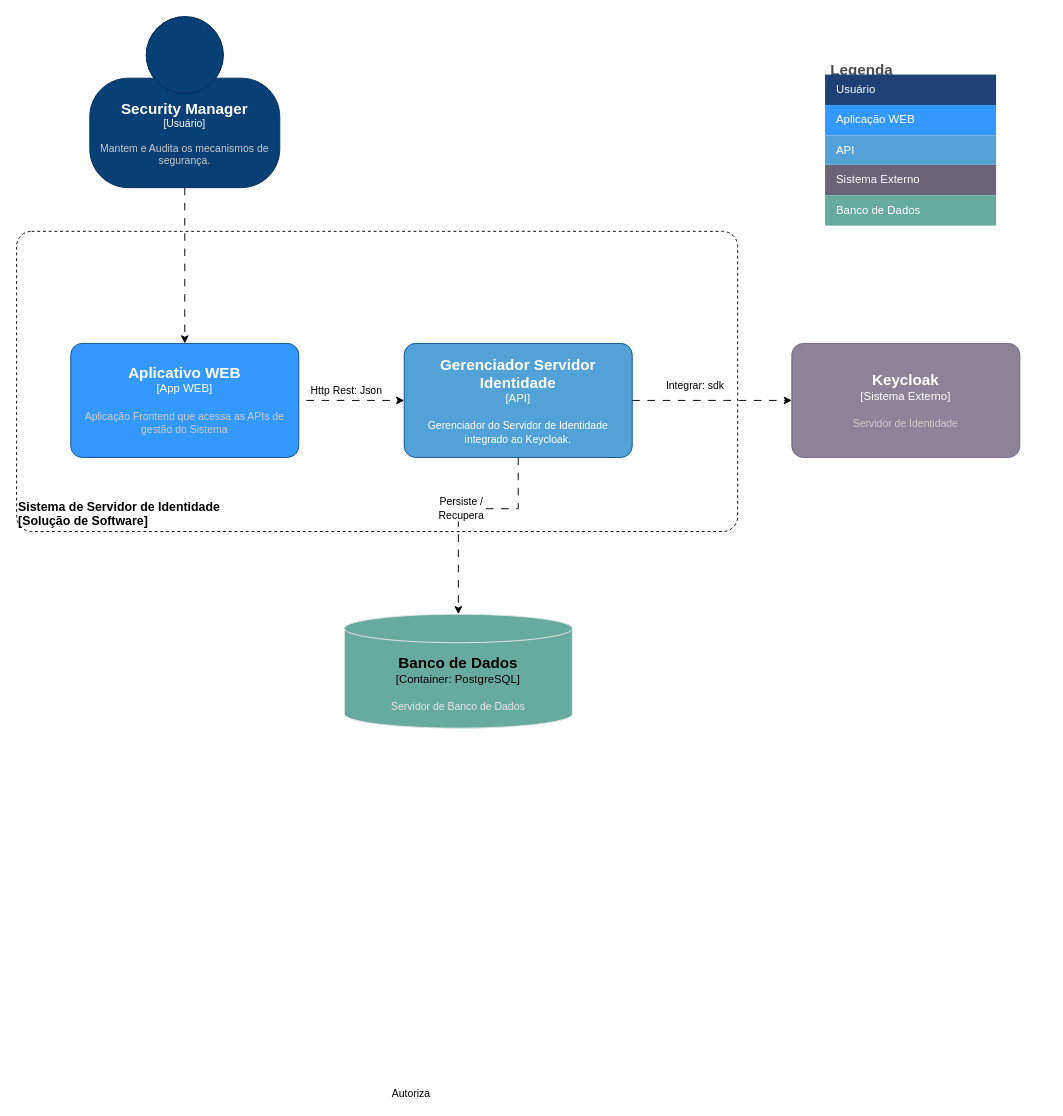
Earlier version of the draw.io diagram page "Container - Gerenciador" (3 of 5) of Sprint 1/Projeto Aplicado.drawio (luisfabiosm/Projeto-Aplicado). Source tidied: cells renumbered, new cells numbered last; positions are measured from the earlier drawing's top-left corner, leaving out a move shared by most shapes. Both pictures are drawn from the tidied source at 95%, with x=0, y=0 at pixel (16, 16).
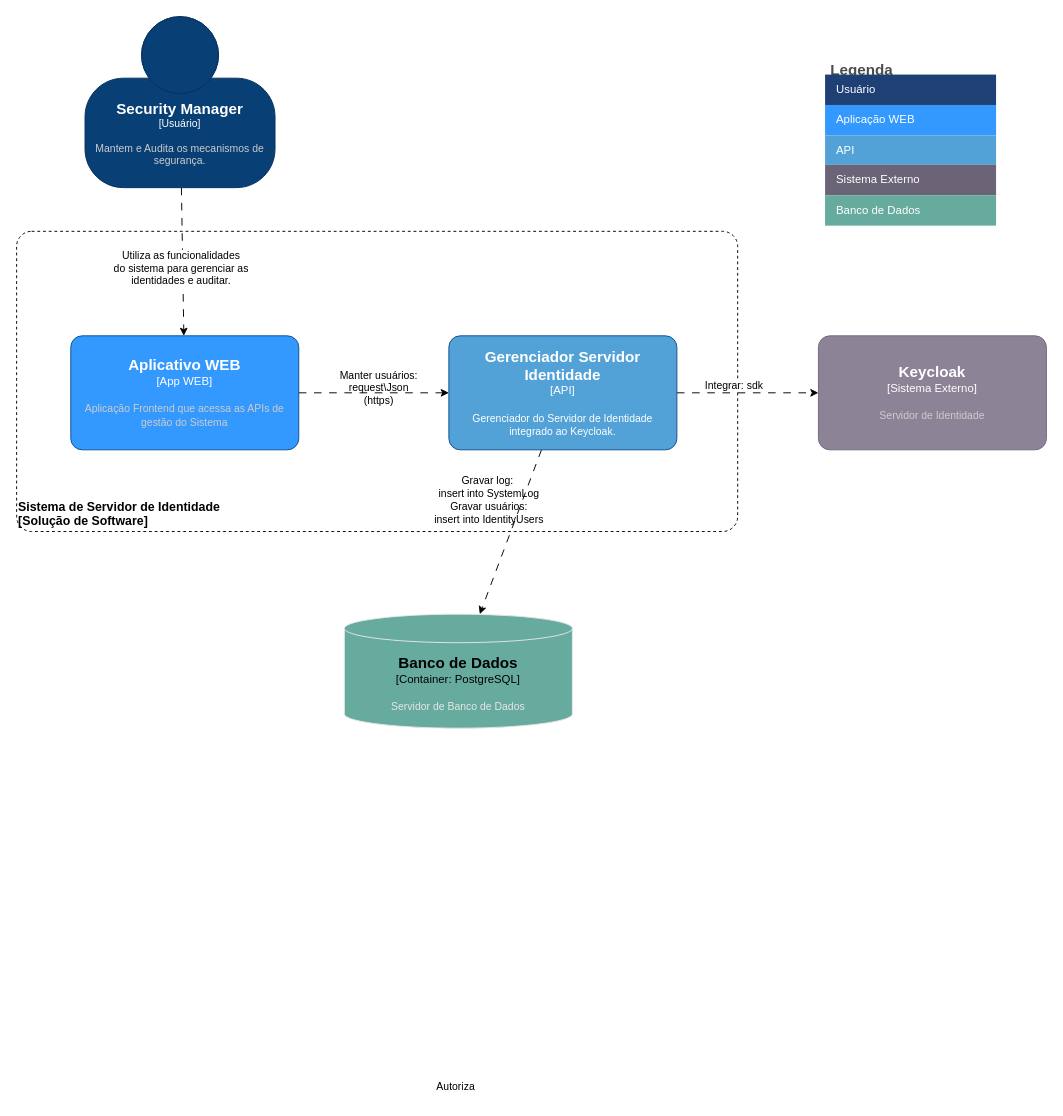
After the change.

The change refers to these unchanged cells:
```xml
<object id="22" label="&lt;font style=&quot;font-size: 16px&quot;&gt;&lt;b&gt;%c4Type%&lt;/b&gt;&lt;/font&gt;&lt;div&gt;[%c4Container%:&amp;nbsp;%c4Technology%]&lt;/div&gt;&lt;br&gt;&lt;div&gt;&lt;font style=&quot;font-size: 11px&quot;&gt;&lt;font color=&quot;#E6E6E6&quot;&gt;%c4Description%&lt;/font&gt;&lt;/div&gt;" c4Container="Container" c4Description="Servidor de Banco de Dados" c4Technology="PostgreSQL" c4Type="Banco de Dados" placeholders="1">
  <mxCell style="shape=cylinder3;size=15;whiteSpace=wrap;html=1;boundedLbl=1;rounded=0;labelBackgroundColor=none;fillColor=#67AB9F;fontSize=12;align=center;strokeColor=#E6E6E6;points=[[0.5,0,0],[1,0.25,0],[1,0.5,0],[1,0.75,0],[0.5,1,0],[0,0.75,0],[0,0.5,0],[0,0.25,0]];" parent="1" vertex="1">
    <mxGeometry x="345" y="629" width="240" height="120" as="geometry" />
  </mxCell>
</object>
```

Change to the diagram source:
```diff
@@
     <object id="2" label="&lt;div style=&quot;text-align: left; font-size: 13px;&quot;&gt;%c4Name%&lt;/div&gt;&lt;div style=&quot;text-align: left; font-size: 13px;&quot;&gt;[%c4Application%]&lt;/div&gt;" c4Application="Solução de Software" c4Name="Sistema de Servidor de Identidade" placeholders="1">
-      <mxCell style="rounded=1;whiteSpace=wrap;html=1;labelBackgroundColor=none;fillColor=#ffffff;fontColor=#000000;align=left;arcSize=5;strokeColor=#000000;verticalAlign=bottom;metaData={&quot;c4Type&quot;:{&quot;editable&quot;:false}};dashed=1;fontStyle=1;fontSize=13;" parent="1" vertex="1">
+      <mxCell style="rounded=1;whiteSpace=wrap;html=1;labelBackgroundColor=none;fillColor=none;fontColor=#000000;align=left;arcSize=5;strokeColor=#000000;verticalAlign=bottom;metaData={&quot;c4Type&quot;:{&quot;editable&quot;:false}};dashed=1;fontStyle=1;fontSize=13;" parent="1" vertex="1">
         <mxGeometry y="226" width="759" height="316" as="geometry" />
       </mxCell>
     </object>
@@
-    <mxCell id="14" value="Http Rest: Json" style="edgeStyle=orthogonalEdgeStyle;rounded=0;jettySize=auto;html=1;dashed=1;dashPattern=8 8;exitX=1;exitY=0.5;exitDx=0;exitDy=0;exitPerimeter=0;" parent="1" edge="1" source="23" target="20">
-      <mxGeometry x="-0.03" y="10" relative="1" as="geometry">
-        <Array as="points">
-          <mxPoint x="293" y="404" />
-        </Array>
-      </mxGeometry>
+    <mxCell id="14" value="Manter usuários: &lt;br&gt;request\Json&lt;br&gt;(https)" style="rounded=0;jettySize=auto;html=1;dashed=1;dashPattern=8 8;exitX=1;exitY=0.5;exitDx=0;exitDy=0;exitPerimeter=0;labelBackgroundColor=none;" parent="1" edge="1" source="23" target="20">
+      <mxGeometry x="0.06" y="5" relative="1" as="geometry" />
     </mxCell>
-    <mxCell id="15" style="edgeStyle=orthogonalEdgeStyle;rounded=0;jettySize=auto;html=1;dashed=1;dashPattern=8 8;" parent="1" edge="1" source="16" target="23">
+    <mxCell id="15" style="rounded=0;jettySize=auto;html=1;dashed=1;dashPattern=8 8;" parent="1" edge="1" source="16" target="23">
       <mxGeometry relative="1" as="geometry" />
     </mxCell>
     <object id="16" label="&lt;font style=&quot;font-size: 16px&quot;&gt;&lt;b&gt;%c4Name%&lt;/b&gt;&lt;/font&gt;&lt;div&gt;[%c4Type%]&lt;/div&gt;&lt;br&gt;&lt;div&gt;&lt;font style=&quot;font-size: 11px&quot;&gt;&lt;font color=&quot;#cccccc&quot;&gt;%c4Description%&lt;/font&gt;&lt;/div&gt;" c4Description="Mantem e Audita os mecanismos de segurança." c4Name="Security Manager" c4Type="Usuário" placeholders="1">
       <mxCell style="html=1;fontSize=11;dashed=0;whiteSpace=wrap;fillColor=#083F75;strokeColor=#06315C;fontColor=#ffffff;shape=mxgraph.c4.person2;align=center;points=[[0.5,0,0],[1,0.5,0],[1,0.75,0],[0.75,1,0],[0.5,1,0],[0.25,1,0],[0,0.75,0],[0,0.5,0]];" parent="1" vertex="1">
-        <mxGeometry x="77" width="200" height="180" as="geometry" />
+        <mxGeometry x="72" width="200" height="180" as="geometry" />
       </mxCell>
     </object>
-    <mxCell id="17" value="Autoriza" style="edgeStyle=orthogonalEdgeStyle;rounded=0;jettySize=auto;html=1;entryX=0;entryY=0.5;entryDx=0;entryDy=0;entryPerimeter=0;dashed=1;dashPattern=8 8;" parent="1" edge="1" source="20" target="21">
+    <mxCell id="17" value="Autoriza" style="rounded=0;jettySize=auto;html=1;entryX=0;entryY=0.5;entryDx=0;entryDy=0;entryPerimeter=0;dashed=1;dashPattern=8 8;" parent="1" edge="1" source="20" target="21">
       <mxGeometry x="-1" y="-766" relative="1" as="geometry">
         <mxPoint x="-233" y="-36" as="offset" />
       </mxGeometry>
     </mxCell>
     <mxCell id="18" value="Integrar: sdk" style="edgeLabel;html=1;align=center;verticalAlign=middle;" parent="17" vertex="1">
       <mxGeometry x="0.31" y="-2" relative="1" as="geometry">
-        <mxPoint x="-45" y="-18" as="offset" />
+        <mxPoint x="-39" y="-11" as="offset" />
       </mxGeometry>
     </mxCell>
-    <mxCell id="19" value="Persiste / &lt;br&gt;Recupera" style="edgeStyle=orthogonalEdgeStyle;rounded=0;jettySize=auto;html=1;dashed=1;dashPattern=8 8;" parent="1" edge="1" source="20" target="22">
-      <mxGeometry relative="1" as="geometry">
-        <Array as="points">
-          <mxPoint x="528" y="518" />
-          <mxPoint x="465" y="518" />
-        </Array>
-      </mxGeometry>
+    <mxCell id="19" style="rounded=0;jettySize=auto;html=1;dashed=1;dashPattern=8 8;" parent="1" edge="1" source="20" target="22">
+      <mxGeometry relative="1" as="geometry" />
     </mxCell>
     <object id="20" label="&lt;font style=&quot;font-size: 16px&quot;&gt;&lt;b&gt;%c4Name%&lt;/b&gt;&lt;/font&gt;&lt;div&gt;[%c4Type%]&lt;/div&gt;&lt;br&gt;&lt;div&gt;&lt;font style=&quot;font-size: 11px&quot;&gt;&lt;font&gt;%c4Description%&lt;/font&gt;&lt;/font&gt;&lt;/div&gt;" c4Description="Gerenciador do Servidor de Identidade integrado ao Keycloak." c4Name="Gerenciador Servidor Identidade" c4Type="API" placeholders="1">
       <mxCell style="rounded=1;whiteSpace=wrap;html=1;labelBackgroundColor=none;fillColor=#52A2D8;fontColor=#FFFFFF;align=center;arcSize=10;strokeColor=#0D5091;points=[[0.25,0,0],[0.5,0,0],[0.75,0,0],[1,0.25,0],[1,0.5,0],[1,0.75,0],[0.75,1,0],[0.5,1,0],[0.25,1,0],[0,0.75,0],[0,0.5,0],[0,0.25,0]];" parent="1" vertex="1">
-        <mxGeometry x="408" y="344" width="240" height="120" as="geometry" />
+        <mxGeometry x="455" y="336" width="240" height="120" as="geometry" />
       </mxCell>
     </object>
     <object id="21" label="&lt;font style=&quot;font-size: 16px&quot;&gt;&lt;b&gt;%c4Name%&lt;/b&gt;&lt;/font&gt;&lt;div&gt;[%c4Type%]&lt;/div&gt;&lt;br&gt;&lt;div&gt;&lt;font style=&quot;font-size: 11px&quot;&gt;&lt;font color=&quot;#cccccc&quot;&gt;%c4Description%&lt;/font&gt;&lt;/div&gt;" c4Description="Servidor de Identidade" c4Name="Keycloak" c4Type="Sistema Externo" placeholders="1">
       <mxCell style="rounded=1;whiteSpace=wrap;html=1;labelBackgroundColor=none;fillColor=#8C8496;fontColor=#ffffff;align=center;arcSize=10;strokeColor=#736782;points=[[0.25,0,0],[0.5,0,0],[0.75,0,0],[1,0.25,0],[1,0.5,0],[1,0.75,0],[0.75,1,0],[0.5,1,0],[0.25,1,0],[0,0.75,0],[0,0.5,0],[0,0.25,0]];" parent="1" vertex="1">
-        <mxGeometry x="816" y="344" width="240" height="120" as="geometry" />
+        <mxGeometry x="844" y="336" width="240" height="120" as="geometry" />
       </mxCell>
     </object>
@@
     <object id="23" label="&lt;font style=&quot;font-size: 16px&quot;&gt;&lt;b&gt;%c4Name%&lt;/b&gt;&lt;/font&gt;&lt;div&gt;[%c4Type%]&lt;/div&gt;&lt;br&gt;&lt;div&gt;&lt;font style=&quot;font-size: 11px&quot;&gt;&lt;font color=&quot;#cccccc&quot;&gt;%c4Description%&lt;/font&gt;&lt;/div&gt;" c4Description="Aplicação Frontend que acessa as APIs de gestão do Sistema" c4Name="Aplicativo WEB" c4Type="App WEB" placeholders="1">
       <mxCell style="rounded=1;whiteSpace=wrap;html=1;labelBackgroundColor=none;fillColor=#3399FF;fontColor=#ffffff;align=center;arcSize=10;strokeColor=#0D5091;points=[[0.25,0,0],[0.5,0,0],[0.75,0,0],[1,0.25,0],[1,0.5,0],[1,0.75,0],[0.75,1,0],[0.5,1,0],[0.25,1,0],[0,0.75,0],[0,0.5,0],[0,0.25,0]];" parent="1" vertex="1">
-        <mxGeometry x="57" y="344" width="240" height="120" as="geometry" />
+        <mxGeometry x="57" y="336" width="240" height="120" as="geometry" />
       </mxCell>
     </object>
+    <mxCell id="24" value="Gravar log:&amp;nbsp;&lt;br&gt;insert into SystemLog&lt;br&gt;Gravar usuários:&lt;br&gt;insert into IdentityUsers" style="edgeLabel;html=1;align=center;verticalAlign=middle;labelBackgroundColor=none;" parent="1" vertex="1">
+      <mxGeometry x="500" y="514" as="geometry">
+        <mxPoint x="-4" y="-6" as="offset" />
+      </mxGeometry>
+    </mxCell>
+    <mxCell id="25" value="Utiliza as funcionalidades&lt;br&gt;do sistema para gerenciar as&lt;br&gt;identidades e auditar." style="edgeLabel;html=1;align=center;verticalAlign=middle;" parent="1" vertex="1">
+      <mxGeometry x="172" y="264" as="geometry" />
+    </mxCell>
```
